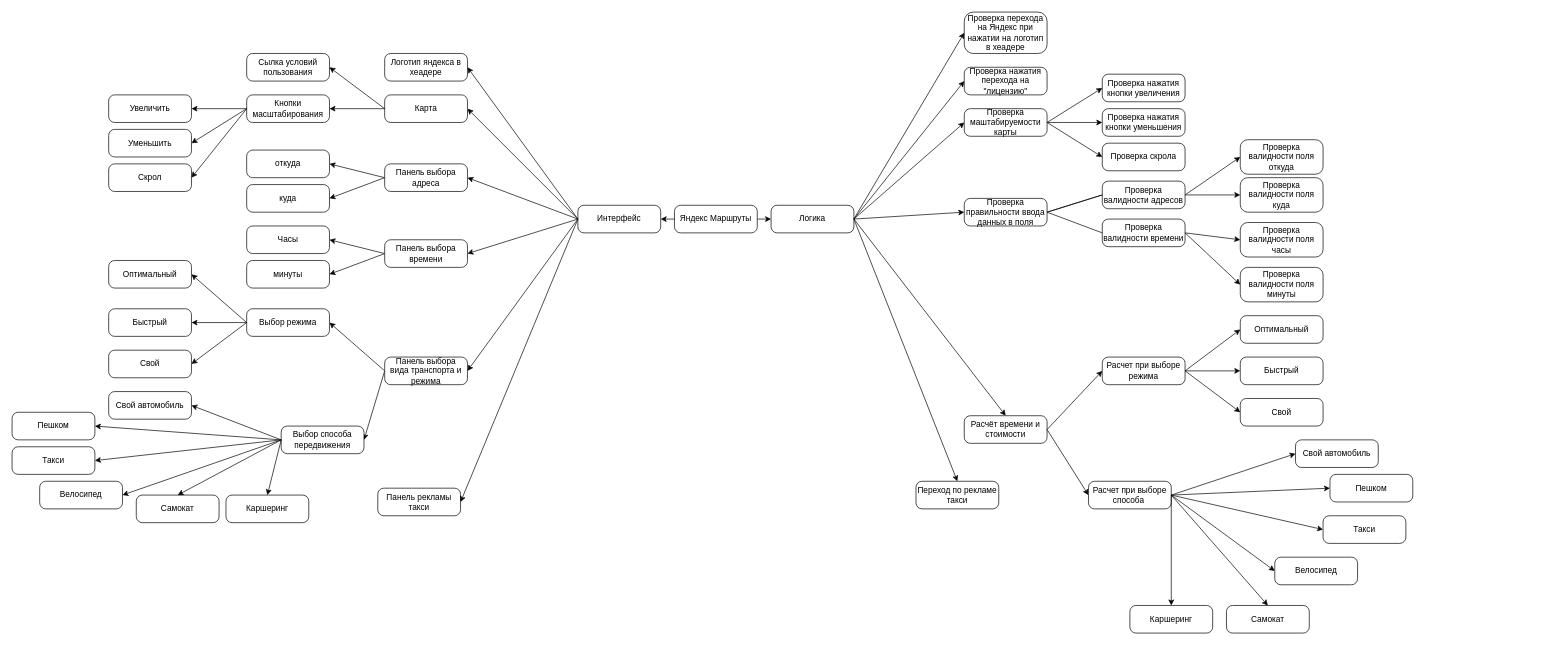
This is SuslinAA-yamaps-mindmap.drawio from FreeStailer/QA_engineer, a draw.io file, before an edit. Source tidied: cells renumbered, new cells numbered last; positions are measured from the earlier drawing's top-left corner, leaving out a move shared by most shapes. Both pictures are drawn from the tidied source at 69%, with x=0, y=0 at pixel (12, 12).
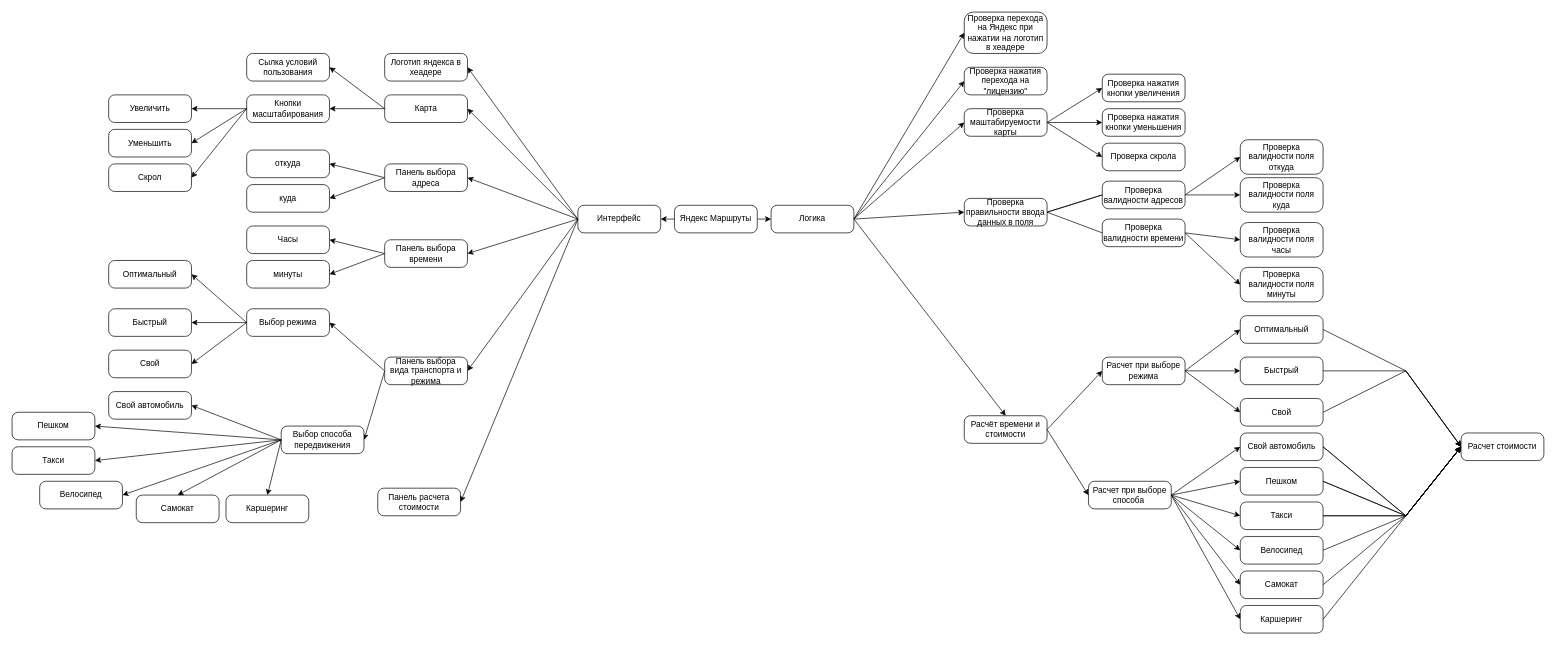
The same diagram, later.

The change refers to these unchanged cells:
```xml
<mxCell id="22" value="Логика" style="rounded=1;whiteSpace=wrap;html=1;arcSize=22;" parent="1" vertex="1">
  <mxGeometry x="1100" y="280" width="120" height="40" as="geometry" />
</mxCell>
<mxCell id="74" value="Расчет при выборе способа&amp;nbsp;" style="rounded=1;whiteSpace=wrap;html=1;arcSize=22;" parent="1" vertex="1">
  <mxGeometry x="1560" y="680" width="120" height="40" as="geometry" />
</mxCell>
<mxCell id="78" value="Оптимальный" style="rounded=1;whiteSpace=wrap;html=1;arcSize=22;" parent="1" vertex="1">
  <mxGeometry x="1780" y="440" width="120" height="40" as="geometry" />
</mxCell>
<mxCell id="79" value="Быстрый" style="rounded=1;whiteSpace=wrap;html=1;arcSize=22;" parent="1" vertex="1">
  <mxGeometry x="1780" y="500" width="120" height="40" as="geometry" />
</mxCell>
<mxCell id="80" value="Свой" style="rounded=1;whiteSpace=wrap;html=1;arcSize=22;" parent="1" vertex="1">
  <mxGeometry x="1780" y="560" width="120" height="40" as="geometry" />
</mxCell>
```

Diff of the diagram source:
```diff
@@
     <mxCell id="81" value="Свой автомобиль" style="rounded=1;whiteSpace=wrap;html=1;arcSize=22;" parent="1" vertex="1">
-      <mxGeometry x="1860" y="620" width="120" height="40" as="geometry" />
+      <mxGeometry x="1780" y="610" width="120" height="40" as="geometry" />
     </mxCell>
     <mxCell id="82" value="Пешком" style="rounded=1;whiteSpace=wrap;html=1;arcSize=22;" parent="1" vertex="1">
-      <mxGeometry x="1910" y="670" width="120" height="40" as="geometry" />
+      <mxGeometry x="1780" y="660" width="120" height="40" as="geometry" />
     </mxCell>
     <mxCell id="83" value="Такси" style="rounded=1;whiteSpace=wrap;html=1;arcSize=22;" parent="1" vertex="1">
-      <mxGeometry x="1900" y="730" width="120" height="40" as="geometry" />
+      <mxGeometry x="1780" y="710" width="120" height="40" as="geometry" />
     </mxCell>
     <mxCell id="84" value="Велосипед" style="rounded=1;whiteSpace=wrap;html=1;arcSize=22;" parent="1" vertex="1">
-      <mxGeometry x="1830" y="790" width="120" height="40" as="geometry" />
+      <mxGeometry x="1780" y="760" width="120" height="40" as="geometry" />
     </mxCell>
     <mxCell id="85" value="Самокат" style="rounded=1;whiteSpace=wrap;html=1;arcSize=22;" parent="1" vertex="1">
-      <mxGeometry x="1760" y="860" width="120" height="40" as="geometry" />
+      <mxGeometry x="1780" y="810" width="120" height="40" as="geometry" />
     </mxCell>
     <mxCell id="86" value="Каршеринг" style="rounded=1;whiteSpace=wrap;html=1;arcSize=22;" parent="1" vertex="1">
-      <mxGeometry x="1620" y="860" width="120" height="40" as="geometry" />
+      <mxGeometry x="1780" y="860" width="120" height="40" as="geometry" />
     </mxCell>
@@
-    <mxCell id="89" style="rounded=0;jettySize=auto;html=1;exitX=1;exitY=0.5;exitDx=0;exitDy=0;entryX=0.5;entryY=0;entryDx=0;entryDy=0;" parent="1" edge="1" source="74" target="85">
+    <mxCell id="89" style="rounded=0;jettySize=auto;html=1;exitX=1;exitY=0.5;exitDx=0;exitDy=0;entryX=0;entryY=0.5;entryDx=0;entryDy=0;" parent="1" edge="1" source="74" target="85">
       <mxGeometry relative="1" as="geometry" />
     </mxCell>
-    <mxCell id="90" style="rounded=0;jettySize=auto;html=1;exitX=1;exitY=0.5;exitDx=0;exitDy=0;entryX=0.5;entryY=0;entryDx=0;entryDy=0;" parent="1" edge="1" source="74" target="86">
+    <mxCell id="90" style="rounded=0;jettySize=auto;html=1;exitX=1;exitY=0.5;exitDx=0;exitDy=0;entryX=0;entryY=0.5;entryDx=0;entryDy=0;" parent="1" edge="1" source="74" target="86">
       <mxGeometry relative="1" as="geometry" />
     </mxCell>
@@
-    <mxCell id="108" value="Панель рекламы такси" style="rounded=1;whiteSpace=wrap;html=1;arcSize=22;" parent="1" vertex="1">
+    <mxCell id="108" value="Панель расчета стоимости" style="rounded=1;whiteSpace=wrap;html=1;arcSize=22;" parent="1" vertex="1">
       <mxGeometry x="530" y="690" width="120" height="40" as="geometry" />
     </mxCell>
@@
-    <mxCell id="110" value="Переход по рекламе такси" style="rounded=1;whiteSpace=wrap;html=1;arcSize=22;" parent="1" vertex="1">
-      <mxGeometry x="1310" y="680" width="120" height="40" as="geometry" />
+    <mxCell id="110" value="&lt;div&gt;Расчет стоимости&lt;/div&gt;" style="rounded=1;whiteSpace=wrap;html=1;arcSize=22;" parent="1" vertex="1">
+      <mxGeometry x="2100" y="610" width="120" height="40" as="geometry" />
     </mxCell>
-    <mxCell id="111" style="edgeStyle=none;rounded=0;jettySize=auto;html=1;exitX=1;exitY=0.5;exitDx=0;exitDy=0;entryX=0.5;entryY=0;entryDx=0;entryDy=0;" parent="1" edge="1" source="22" target="110">
-      <mxGeometry relative="1" as="geometry" />
-    </mxCell>
+    <mxCell id="112" style="endArrow=classic;html=1;rounded=0;entryX=0;entryY=0.5;entryDx=0;entryDy=0;exitX=1;exitY=0.5;exitDx=0;exitDy=0;" parent="1" edge="1" source="78" target="110">
+      <mxGeometry relative="1" as="geometry">
+        <Array as="points">
+          <mxPoint x="2020" y="520" />
+        </Array>
+      </mxGeometry>
+    </mxCell>
+    <mxCell id="113" style="endArrow=classic;html=1;rounded=0;entryX=0;entryY=0.5;entryDx=0;entryDy=0;exitX=1;exitY=0.5;exitDx=0;exitDy=0;" parent="1" edge="1" source="80" target="110">
+      <mxGeometry relative="1" as="geometry">
+        <Array as="points">
+          <mxPoint x="2020" y="520" />
+        </Array>
+      </mxGeometry>
+    </mxCell>
+    <mxCell id="114" style="endArrow=classic;html=1;rounded=0;entryX=0;entryY=0.5;entryDx=0;entryDy=0;exitX=1;exitY=0.5;exitDx=0;exitDy=0;" parent="1" edge="1" source="79" target="110">
+      <mxGeometry relative="1" as="geometry">
+        <Array as="points">
+          <mxPoint x="2020" y="520" />
+        </Array>
+      </mxGeometry>
+    </mxCell>
+    <mxCell id="115" style="endArrow=classic;html=1;rounded=0;entryX=0;entryY=0.5;entryDx=0;entryDy=0;exitX=1;exitY=0.5;exitDx=0;exitDy=0;" parent="1" edge="1" source="83" target="110">
+      <mxGeometry relative="1" as="geometry">
+        <Array as="points">
+          <mxPoint x="2020" y="730" />
+        </Array>
+      </mxGeometry>
+    </mxCell>
+    <mxCell id="116" style="endArrow=classic;html=1;rounded=0;entryX=0;entryY=0.5;entryDx=0;entryDy=0;exitX=1;exitY=0.5;exitDx=0;exitDy=0;" parent="1" edge="1" source="82" target="110">
+      <mxGeometry relative="1" as="geometry">
+        <Array as="points">
+          <mxPoint x="2020" y="730" />
+        </Array>
+      </mxGeometry>
+    </mxCell>
+    <mxCell id="117" style="endArrow=classic;html=1;rounded=0;entryX=0;entryY=0.5;entryDx=0;entryDy=0;exitX=1;exitY=0.5;exitDx=0;exitDy=0;" parent="1" edge="1" source="81" target="110">
+      <mxGeometry relative="1" as="geometry">
+        <Array as="points">
+          <mxPoint x="2020" y="730" />
+        </Array>
+      </mxGeometry>
+    </mxCell>
+    <mxCell id="118" style="group;" parent="1" vertex="1">
+      <mxGeometry x="2020" y="730" as="geometry" />
+    </mxCell>
+    <mxCell id="119" style="endArrow=classic;html=1;rounded=0;entryX=0;entryY=0.5;entryDx=0;entryDy=0;exitX=1;exitY=0.5;exitDx=0;exitDy=0;" parent="118" edge="1" source="84" target="110">
+      <mxGeometry relative="1" as="geometry">
+        <Array as="points">
+          <mxPoint />
+        </Array>
+      </mxGeometry>
+    </mxCell>
+    <mxCell id="120" style="endArrow=classic;html=1;rounded=0;entryX=0;entryY=0.5;entryDx=0;entryDy=0;exitX=1;exitY=0.5;exitDx=0;exitDy=0;" parent="118" edge="1" source="86" target="110">
+      <mxGeometry relative="1" as="geometry">
+        <Array as="points">
+          <mxPoint />
+        </Array>
+      </mxGeometry>
+    </mxCell>
+    <mxCell id="121" style="endArrow=classic;html=1;rounded=0;entryX=0;entryY=0.5;entryDx=0;entryDy=0;exitX=1;exitY=0.5;exitDx=0;exitDy=0;" parent="118" edge="1" source="81" target="110">
+      <mxGeometry relative="1" as="geometry">
+        <Array as="points">
+          <mxPoint />
+        </Array>
+      </mxGeometry>
+    </mxCell>
+    <mxCell id="122" style="endArrow=classic;html=1;rounded=0;entryX=0;entryY=0.5;entryDx=0;entryDy=0;exitX=1;exitY=0.5;exitDx=0;exitDy=0;" parent="118" edge="1" source="82" target="110">
+      <mxGeometry relative="1" as="geometry">
+        <Array as="points">
+          <mxPoint />
+        </Array>
+      </mxGeometry>
+    </mxCell>
+    <mxCell id="123" style="endArrow=classic;html=1;rounded=0;entryX=0;entryY=0.5;entryDx=0;entryDy=0;exitX=1;exitY=0.5;exitDx=0;exitDy=0;" parent="118" edge="1" source="83" target="110">
+      <mxGeometry relative="1" as="geometry">
+        <Array as="points">
+          <mxPoint />
+        </Array>
+      </mxGeometry>
+    </mxCell>
+    <mxCell id="124" style="endArrow=classic;html=1;rounded=0;exitX=1;exitY=0.5;exitDx=0;exitDy=0;entryX=0;entryY=0.5;entryDx=0;entryDy=0;" parent="1" edge="1" source="85" target="110">
+      <mxGeometry relative="1" as="geometry">
+        <Array as="points">
+          <mxPoint x="2020" y="730" />
+        </Array>
+      </mxGeometry>
+    </mxCell>
```
